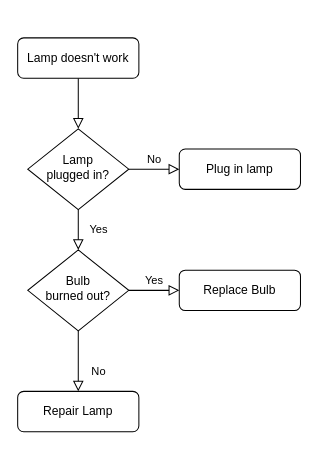
Before: cmc脚本检测-新增“板块分类（币种信息）变化监测”功能.drawio in niuxinyan330/Falcon-, a draw.io diagram. Source tidied: cells renumbered, new cells numbered last; positions are measured from the earlier drawing's top-left corner, leaving out a move shared by most shapes. Both pictures are drawn from the tidied source at 101%, with x=0, y=0 at pixel (17, 37).
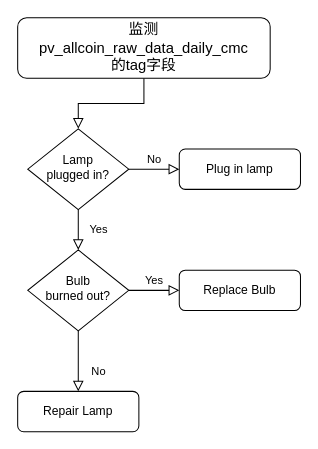
The same page after the edit.

Commit message:
更新cmc脚本检测-新增“板块分类（币种信息）变化监测”功能.drawio

Diff of the diagram source:
```diff
@@
 <mxGraphModel>
   <root>
     <mxCell id="0" />
     <mxCell id="1" parent="0" />
     <mxCell id="2" style="rounded=0;html=1;jettySize=auto;fontSize=11;endArrow=block;endFill=0;endSize=8;strokeWidth=1;shadow=0;labelBackgroundColor=none;edgeStyle=orthogonalEdgeStyle;" parent="1" edge="1" source="3" target="6">
       <mxGeometry relative="1" as="geometry" />
     </mxCell>
-    <mxCell id="3" value="Lamp doesn't work" style="rounded=1;whiteSpace=wrap;html=1;fontSize=12;glass=0;strokeWidth=1;shadow=0;" parent="1" vertex="1">
-      <mxGeometry width="120" height="40" as="geometry" />
+    <mxCell id="3" value="&lt;span style=&quot;&quot; id=&quot;docs-internal-guid-8fd6931e-7fff-bda2-6103-c849a8ad8529&quot;&gt;&lt;span style=&quot;font-size: 11pt; font-family: Arial, sans-serif; font-variant-ligatures: normal; font-variant-alternates: normal; font-variant-numeric: normal; font-variant-east-asian: normal; font-variant-position: normal; vertical-align: baseline; white-space: pre-wrap;&quot;&gt;监测&lt;/span&gt;&lt;/span&gt;&lt;div&gt;&lt;span style=&quot;&quot;&gt;&lt;span style=&quot;font-size: 11pt; font-family: Arial, sans-serif; font-variant-ligatures: normal; font-variant-alternates: normal; font-variant-numeric: normal; font-variant-east-asian: normal; font-variant-position: normal; vertical-align: baseline; white-space: pre-wrap;&quot;&gt;pv_allcoin_raw_data_daily_cmc&lt;/span&gt;&lt;/span&gt;&lt;br&gt;&lt;/div&gt;&lt;div style=&quot;&quot;&gt;&lt;font face=&quot;Arial, sans-serif&quot;&gt;&lt;span style=&quot;font-size: 14.666667px; white-space-collapse: preserve;&quot;&gt;的tag字段&lt;/span&gt;&lt;/font&gt;&lt;/div&gt;" style="rounded=1;whiteSpace=wrap;html=1;fontSize=12;glass=0;strokeWidth=1;shadow=0;align=center;" parent="1" vertex="1">
+      <mxGeometry y="-20" width="250" height="60" as="geometry" />
     </mxCell>
     <mxCell id="4" value="Yes" style="rounded=0;html=1;jettySize=auto;fontSize=11;endArrow=block;endFill=0;endSize=8;strokeWidth=1;shadow=0;labelBackgroundColor=none;edgeStyle=orthogonalEdgeStyle;" parent="1" edge="1" source="6" target="10">
       <mxGeometry y="20" relative="1" as="geometry" />
     </mxCell>
     <mxCell id="5" value="No" style="edgeStyle=orthogonalEdgeStyle;rounded=0;html=1;jettySize=auto;fontSize=11;endArrow=block;endFill=0;endSize=8;strokeWidth=1;shadow=0;labelBackgroundColor=none;" parent="1" edge="1" source="6" target="7">
       <mxGeometry y="10" relative="1" as="geometry" />
     </mxCell>
     <mxCell id="6" value="Lamp&lt;br&gt;plugged in?" style="rhombus;whiteSpace=wrap;html=1;shadow=0;fontFamily=Helvetica;fontSize=12;align=center;strokeWidth=1;spacing=6;spacingTop=-4;" parent="1" vertex="1">
       <mxGeometry x="10" y="90" width="100" height="80" as="geometry" />
     </mxCell>
     <mxCell id="7" value="Plug in lamp" style="rounded=1;whiteSpace=wrap;html=1;fontSize=12;glass=0;strokeWidth=1;shadow=0;" parent="1" vertex="1">
       <mxGeometry x="160" y="110" width="120" height="40" as="geometry" />
     </mxCell>
     <mxCell id="8" value="No" style="rounded=0;html=1;jettySize=auto;fontSize=11;endArrow=block;endFill=0;endSize=8;strokeWidth=1;shadow=0;labelBackgroundColor=none;edgeStyle=orthogonalEdgeStyle;" parent="1" edge="1" source="10" target="11">
       <mxGeometry x="0.33" y="20" relative="1" as="geometry" />
     </mxCell>
     <mxCell id="9" value="Yes" style="edgeStyle=orthogonalEdgeStyle;rounded=0;html=1;jettySize=auto;fontSize=11;endArrow=block;endFill=0;endSize=8;strokeWidth=1;shadow=0;labelBackgroundColor=none;" parent="1" edge="1" source="10" target="12">
       <mxGeometry y="10" relative="1" as="geometry" />
     </mxCell>
     <mxCell id="10" value="Bulb&lt;br&gt;burned out?" style="rhombus;whiteSpace=wrap;html=1;shadow=0;fontFamily=Helvetica;fontSize=12;align=center;strokeWidth=1;spacing=6;spacingTop=-4;" parent="1" vertex="1">
       <mxGeometry x="10" y="210" width="100" height="80" as="geometry" />
     </mxCell>
     <mxCell id="11" value="Repair Lamp" style="rounded=1;whiteSpace=wrap;html=1;fontSize=12;glass=0;strokeWidth=1;shadow=0;" parent="1" vertex="1">
       <mxGeometry y="350" width="120" height="40" as="geometry" />
     </mxCell>
     <mxCell id="12" value="Replace Bulb" style="rounded=1;whiteSpace=wrap;html=1;fontSize=12;glass=0;strokeWidth=1;shadow=0;" parent="1" vertex="1">
       <mxGeometry x="160" y="230" width="120" height="40" as="geometry" />
     </mxCell>
   </root>
 </mxGraphModel>
```
